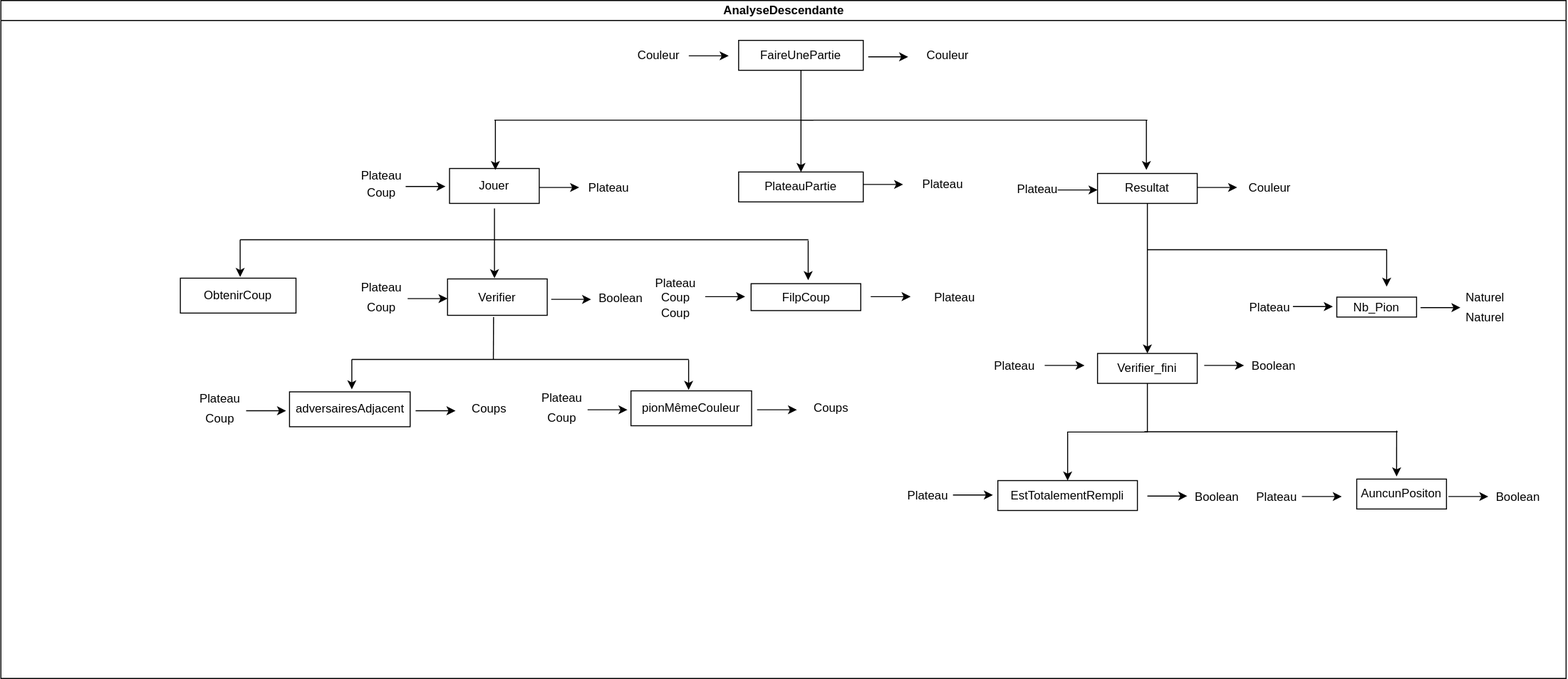
Before: rapport/analyse/FaireUnePartie.drawio.svg, a diagram exported from draw.io (Sachawski/othelloiti3). Source tidied: cells renumbered, new cells last; positions are measured from the earlier drawing's top-left corner, leaving out a move shared by most shapes.
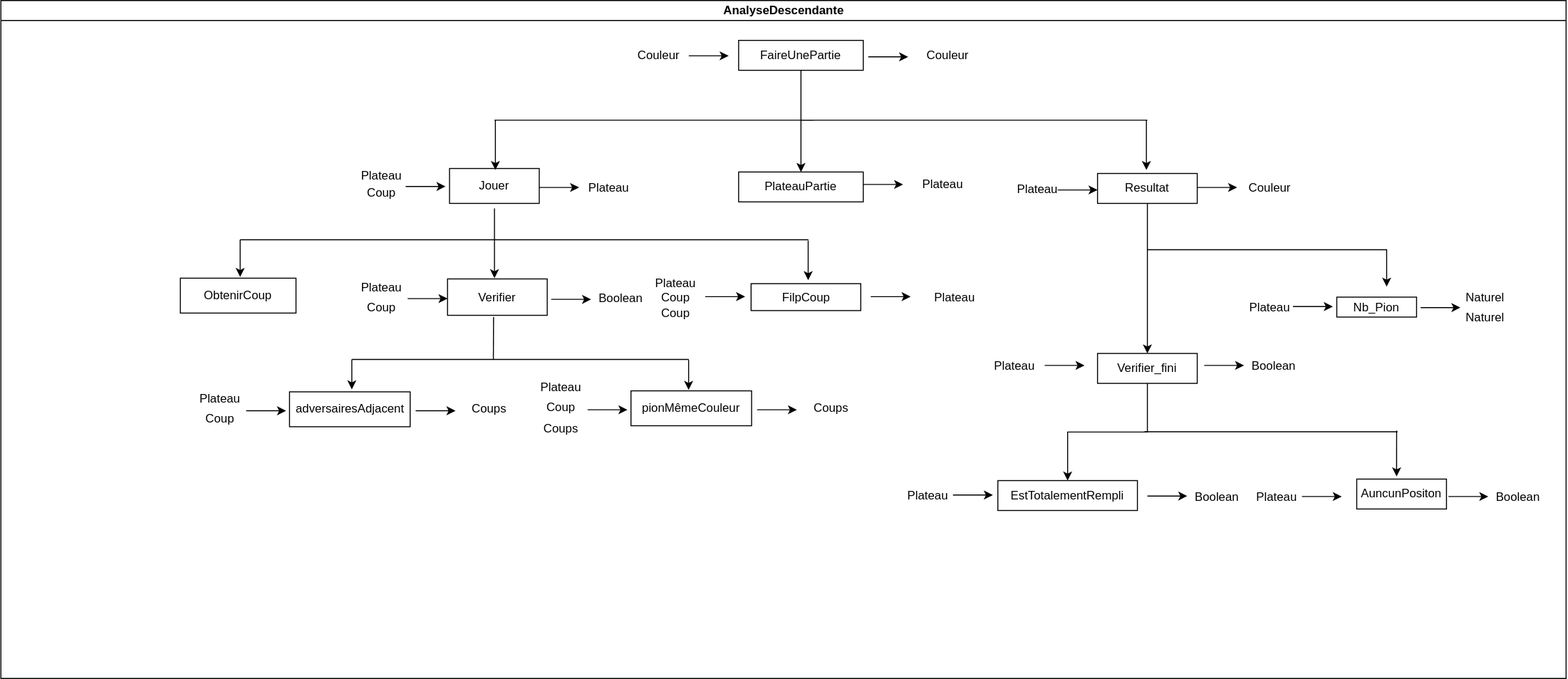
The same file after the commit.

What changed in the source:
```diff
@@ -350,10 +350,10 @@
       </mxGeometry>
     </mxCell>
     <mxCell id="80" value="Plateau" style="text;html=1;strokeColor=none;fillColor=none;align=center;verticalAlign=middle;whiteSpace=wrap;rounded=0;" parent="2" vertex="1">
-      <mxGeometry x="532.5" y="384" width="60" height="30" as="geometry" />
+      <mxGeometry x="532" y="372.8" width="60" height="30" as="geometry" />
     </mxCell>
     <mxCell id="81" value="Coup" style="text;html=1;strokeColor=none;fillColor=none;align=center;verticalAlign=middle;whiteSpace=wrap;rounded=0;" parent="2" vertex="1">
-      <mxGeometry x="532.5" y="404" width="60" height="30" as="geometry" />
+      <mxGeometry x="532" y="392.8" width="60" height="30" as="geometry" />
     </mxCell>
     <mxCell id="82" value="Coups" style="text;html=1;strokeColor=none;fillColor=none;align=center;verticalAlign=middle;whiteSpace=wrap;rounded=0;" parent="2" vertex="1">
       <mxGeometry x="802.5" y="394" width="60" height="30" as="geometry" />
@@ -382,5 +382,8 @@
         <mxPoint x="1390" y="287" as="targetPoint" />
       </mxGeometry>
     </mxCell>
+    <mxCell id="88" value="Coups" style="text;html=1;strokeColor=none;fillColor=none;align=center;verticalAlign=middle;whiteSpace=wrap;rounded=0;" parent="2" vertex="1">
+      <mxGeometry x="532" y="415.2" width="60" height="30" as="geometry" />
+    </mxCell>
   </root>
 </mxGraphModel>
```
